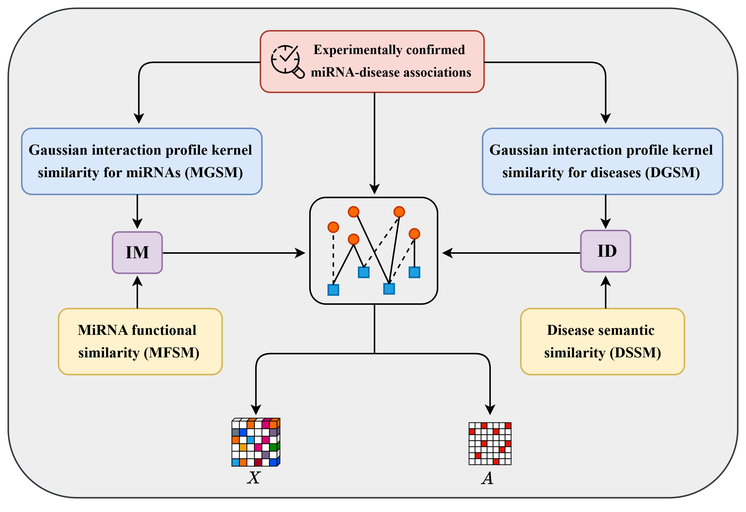
Above: paper/Model FrameWork/未命名绘图.drawio.png in WangKe-117/Re-NIA (draw.io), before the change. Source tidied: cells renumbered, new cells last; positions are measured from the earlier drawing's top-left corner, leaving out a move shared by most shapes.
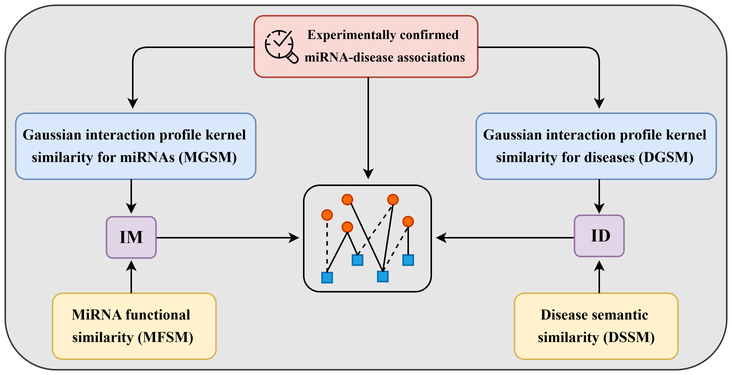
After the commit.

The edit, as a diff of the source:
```diff
@@ -4,4 +4,4 @@
     <mxCell id="1" parent="0" />
-    <mxCell id="2" style="rounded=1;whiteSpace=wrap;html=1;fillColor=#eeeeee;strokeColor=#36393d;arcSize=14;" parent="1" vertex="1">
-      <mxGeometry width="486" height="326" as="geometry" />
+    <mxCell id="2" style="rounded=1;whiteSpace=wrap;html=1;fillColor=#E6E6E6;strokeColor=#36393d;arcSize=14;" parent="1" vertex="1">
+      <mxGeometry x="2" y="8" width="481" height="243" as="geometry" />
     </mxCell>
@@ -20,3 +20,3 @@
     <mxCell id="7" style="group;rotation=-90;" parent="1" vertex="1">
-      <mxGeometry x="213" y="129" width="65" height="78" as="geometry" />
+      <mxGeometry x="213" y="131" width="65" height="78" as="geometry" />
     </mxCell>
@@ -83,3 +83,3 @@
     <mxCell id="26" style="rounded=1;whiteSpace=wrap;html=1;fillColor=none;" parent="1" vertex="1">
-      <mxGeometry x="201" y="126" width="85" height="71" as="geometry" />
+      <mxGeometry x="201" y="128" width="85" height="71" as="geometry" />
     </mxCell>
@@ -172,284 +172,2 @@
     </mxCell>
-    <mxCell id="47" style="endArrow=none;html=1;rounded=0;endSize=4;startFill=0;" parent="1" edge="1">
-      <mxGeometry relative="1" as="geometry">
-        <mxPoint x="244" y="197" as="sourcePoint" />
-        <mxPoint x="244" y="230" as="targetPoint" />
-      </mxGeometry>
-    </mxCell>
-    <mxCell id="48" style="edgeStyle=segmentEdgeStyle;endArrow=classic;html=1;curved=0;rounded=1;endSize=4;startSize=8;" parent="1" edge="1">
-      <mxGeometry relative="1" as="geometry">
-        <mxPoint x="244" y="230" as="sourcePoint" />
-        <mxPoint x="165" y="271" as="targetPoint" />
-      </mxGeometry>
-    </mxCell>
-    <mxCell id="49" style="edgeStyle=segmentEdgeStyle;endArrow=classic;html=1;curved=0;rounded=1;endSize=4;startSize=8;" parent="1" edge="1">
-      <mxGeometry relative="1" as="geometry">
-        <mxPoint x="244" y="230" as="sourcePoint" />
-        <mxPoint x="321" y="271" as="targetPoint" />
-      </mxGeometry>
-    </mxCell>
-    <mxCell id="50" style="group;" parent="1" vertex="1">
-      <mxGeometry x="149" y="273" width="32" height="32" as="geometry" />
-    </mxCell>
-    <mxCell id="51" style="shape=cube;whiteSpace=wrap;html=1;boundedLbl=1;backgroundOutline=1;darkOpacity=0.05;darkOpacity2=0.1;flipH=1;flipV=0;size=2;strokeWidth=0.5;fillColor=#1ba1e2;fontColor=#ffffff;strokeColor=#000000;" parent="50" vertex="1">
-      <mxGeometry y="25" width="7" height="7" as="geometry" />
-    </mxCell>
-    <mxCell id="52" style="shape=cube;whiteSpace=wrap;html=1;boundedLbl=1;backgroundOutline=1;darkOpacity=0.05;darkOpacity2=0.1;flipH=1;flipV=0;size=2;strokeWidth=0.5;strokeColor=#000000;fillColor=#fa6800;fontColor=#000000;" parent="50" vertex="1">
-      <mxGeometry x="5" y="25" width="7" height="7" as="geometry" />
-    </mxCell>
-    <mxCell id="53" style="shape=cube;whiteSpace=wrap;html=1;boundedLbl=1;backgroundOutline=1;darkOpacity=0.05;darkOpacity2=0.1;flipH=1;flipV=0;size=2;strokeWidth=0.5;" parent="50" vertex="1">
-      <mxGeometry x="10" y="25" width="7" height="7" as="geometry" />
-    </mxCell>
-    <mxCell id="54" style="shape=cube;whiteSpace=wrap;html=1;boundedLbl=1;backgroundOutline=1;darkOpacity=0.05;darkOpacity2=0.1;flipH=1;flipV=0;size=2;strokeWidth=0.5;strokeColor=#000000;fillColor=#a20025;fontColor=#ffffff;" parent="50" vertex="1">
-      <mxGeometry x="15" y="25" width="7" height="7" as="geometry" />
-    </mxCell>
-    <mxCell id="55" style="shape=cube;whiteSpace=wrap;html=1;boundedLbl=1;backgroundOutline=1;darkOpacity=0.05;darkOpacity2=0.1;flipH=1;flipV=0;size=2;strokeWidth=0.5;strokeColor=#000000;" parent="50" vertex="1">
-      <mxGeometry y="20" width="7" height="7" as="geometry" />
-    </mxCell>
-    <mxCell id="56" style="shape=cube;whiteSpace=wrap;html=1;boundedLbl=1;backgroundOutline=1;darkOpacity=0.05;darkOpacity2=0.1;flipH=1;flipV=0;size=2;strokeWidth=0.5;strokeColor=#000000;" parent="50" vertex="1">
-      <mxGeometry x="5" y="20" width="7" height="7" as="geometry" />
-    </mxCell>
-    <mxCell id="57" style="shape=cube;whiteSpace=wrap;html=1;boundedLbl=1;backgroundOutline=1;darkOpacity=0.05;darkOpacity2=0.1;flipH=1;flipV=0;size=2;strokeWidth=0.5;strokeColor=#000000;" parent="50" vertex="1">
-      <mxGeometry x="10" y="20" width="7" height="7" as="geometry" />
-    </mxCell>
-    <mxCell id="58" style="shape=cube;whiteSpace=wrap;html=1;boundedLbl=1;backgroundOutline=1;darkOpacity=0.05;darkOpacity2=0.1;flipH=1;flipV=0;size=2;strokeWidth=0.5;" parent="50" vertex="1">
-      <mxGeometry x="15" y="20" width="7" height="7" as="geometry" />
-    </mxCell>
-    <mxCell id="59" style="shape=cube;whiteSpace=wrap;html=1;boundedLbl=1;backgroundOutline=1;darkOpacity=0.05;darkOpacity2=0.1;flipH=1;flipV=0;size=2;strokeWidth=0.5;strokeColor=#000000;" parent="50" vertex="1">
-      <mxGeometry y="15" width="7" height="7" as="geometry" />
-    </mxCell>
-    <mxCell id="60" style="shape=cube;whiteSpace=wrap;html=1;boundedLbl=1;backgroundOutline=1;darkOpacity=0.05;darkOpacity2=0.1;flipH=1;flipV=0;size=2;strokeWidth=0.5;strokeColor=#000000;fillColor=#f0a30a;fontColor=#000000;" parent="50" vertex="1">
-      <mxGeometry x="5" y="15" width="7" height="7" as="geometry" />
-    </mxCell>
-    <mxCell id="61" style="shape=cube;whiteSpace=wrap;html=1;boundedLbl=1;backgroundOutline=1;darkOpacity=0.05;darkOpacity2=0.1;flipH=1;flipV=0;size=2;strokeWidth=0.5;strokeColor=#000000;" parent="50" vertex="1">
-      <mxGeometry x="10" y="15" width="7" height="7" as="geometry" />
-    </mxCell>
-    <mxCell id="62" style="shape=cube;whiteSpace=wrap;html=1;boundedLbl=1;backgroundOutline=1;darkOpacity=0.05;darkOpacity2=0.1;flipH=1;flipV=0;size=2;strokeWidth=0.5;strokeColor=#000000;fillColor=#d80073;fontColor=#ffffff;" parent="50" vertex="1">
-      <mxGeometry x="15" y="15" width="7" height="7" as="geometry" />
-    </mxCell>
-    <mxCell id="63" style="shape=cube;whiteSpace=wrap;html=1;boundedLbl=1;backgroundOutline=1;darkOpacity=0.05;darkOpacity2=0.1;flipH=1;flipV=0;size=2;strokeWidth=0.5;fillColor=#fa6800;fontColor=#000000;strokeColor=#000000;" parent="50" vertex="1">
-      <mxGeometry y="10" width="7" height="7" as="geometry" />
-    </mxCell>
-    <mxCell id="64" style="shape=cube;whiteSpace=wrap;html=1;boundedLbl=1;backgroundOutline=1;darkOpacity=0.05;darkOpacity2=0.1;flipH=1;flipV=0;size=2;strokeWidth=0.5;strokeColor=#000000;" parent="50" vertex="1">
-      <mxGeometry x="5" y="10" width="7" height="7" as="geometry" />
-    </mxCell>
-    <mxCell id="65" style="shape=cube;whiteSpace=wrap;html=1;boundedLbl=1;backgroundOutline=1;darkOpacity=0.05;darkOpacity2=0.1;flipH=1;flipV=0;size=2;strokeWidth=0.5;fillColor=#1ba1e2;fontColor=#ffffff;strokeColor=#000000;" parent="50" vertex="1">
-      <mxGeometry x="10" y="10" width="7" height="7" as="geometry" />
-    </mxCell>
-    <mxCell id="66" style="shape=cube;whiteSpace=wrap;html=1;boundedLbl=1;backgroundOutline=1;darkOpacity=0.05;darkOpacity2=0.1;flipH=1;flipV=0;size=2;strokeWidth=0.5;" parent="50" vertex="1">
-      <mxGeometry x="15" y="10" width="7" height="7" as="geometry" />
-    </mxCell>
-    <mxCell id="67" style="shape=cube;whiteSpace=wrap;html=1;boundedLbl=1;backgroundOutline=1;darkOpacity=0.05;darkOpacity2=0.1;flipH=1;flipV=0;size=2;strokeWidth=0.5;strokeColor=#000000;" parent="50" vertex="1">
-      <mxGeometry x="20" y="25" width="7" height="7" as="geometry" />
-    </mxCell>
-    <mxCell id="68" style="shape=cube;whiteSpace=wrap;html=1;boundedLbl=1;backgroundOutline=1;darkOpacity=0.05;darkOpacity2=0.1;flipH=1;flipV=0;size=2;strokeWidth=0.5;strokeColor=#000000;fillColor=#76608a;fontColor=#ffffff;" parent="50" vertex="1">
-      <mxGeometry x="20" y="20" width="7" height="7" as="geometry" />
-    </mxCell>
-    <mxCell id="69" style="shape=cube;whiteSpace=wrap;html=1;boundedLbl=1;backgroundOutline=1;darkOpacity=0.05;darkOpacity2=0.1;flipH=1;flipV=0;size=2;strokeWidth=0.5;" parent="50" vertex="1">
-      <mxGeometry x="20" y="15" width="7" height="7" as="geometry" />
-    </mxCell>
-    <mxCell id="70" style="shape=cube;whiteSpace=wrap;html=1;boundedLbl=1;backgroundOutline=1;darkOpacity=0.05;darkOpacity2=0.1;flipH=1;flipV=0;size=2;strokeWidth=0.5;fillColor=#d80073;fontColor=#ffffff;strokeColor=#000000;" parent="50" vertex="1">
-      <mxGeometry x="20" y="10" width="7" height="7" as="geometry" />
-    </mxCell>
-    <mxCell id="71" style="shape=cube;whiteSpace=wrap;html=1;boundedLbl=1;backgroundOutline=1;darkOpacity=0.05;darkOpacity2=0.1;flipH=1;flipV=0;size=2;strokeWidth=0.5;fillColor=#647687;fontColor=#ffffff;strokeColor=#000000;" parent="50" vertex="1">
-      <mxGeometry y="5" width="7" height="7" as="geometry" />
-    </mxCell>
-    <mxCell id="72" style="shape=cube;whiteSpace=wrap;html=1;boundedLbl=1;backgroundOutline=1;darkOpacity=0.05;darkOpacity2=0.1;flipH=1;flipV=0;size=2;strokeWidth=0.5;strokeColor=#000000;fillColor=#0050ef;fontColor=#ffffff;" parent="50" vertex="1">
-      <mxGeometry x="5" y="5" width="7" height="7" as="geometry" />
-    </mxCell>
-    <mxCell id="73" style="shape=cube;whiteSpace=wrap;html=1;boundedLbl=1;backgroundOutline=1;darkOpacity=0.05;darkOpacity2=0.1;flipH=1;flipV=0;size=2;strokeWidth=0.5;" parent="50" vertex="1">
-      <mxGeometry x="10" y="5" width="7" height="7" as="geometry" />
-    </mxCell>
-    <mxCell id="74" style="shape=cube;whiteSpace=wrap;html=1;boundedLbl=1;backgroundOutline=1;darkOpacity=0.05;darkOpacity2=0.1;flipH=1;flipV=0;size=2;strokeWidth=0.5;strokeColor=#000000;" parent="50" vertex="1">
-      <mxGeometry x="15" y="5" width="7" height="7" as="geometry" />
-    </mxCell>
-    <mxCell id="75" style="shape=cube;whiteSpace=wrap;html=1;boundedLbl=1;backgroundOutline=1;darkOpacity=0.05;darkOpacity2=0.1;flipH=1;flipV=0;size=2;strokeWidth=0.5;strokeColor=#000000;" parent="50" vertex="1">
-      <mxGeometry x="20" y="5" width="7" height="7" as="geometry" />
-    </mxCell>
-    <mxCell id="76" style="shape=cube;whiteSpace=wrap;html=1;boundedLbl=1;backgroundOutline=1;darkOpacity=0.05;darkOpacity2=0.1;flipH=1;flipV=0;size=2;strokeWidth=0.5;strokeColor=#000000;" parent="50" vertex="1">
-      <mxGeometry width="7" height="7" as="geometry" />
-    </mxCell>
-    <mxCell id="77" style="shape=cube;whiteSpace=wrap;html=1;boundedLbl=1;backgroundOutline=1;darkOpacity=0.05;darkOpacity2=0.1;flipH=1;flipV=0;size=2;strokeWidth=0.5;strokeColor=#000000;" parent="50" vertex="1">
-      <mxGeometry x="5" width="7" height="7" as="geometry" />
-    </mxCell>
-    <mxCell id="78" style="shape=cube;whiteSpace=wrap;html=1;boundedLbl=1;backgroundOutline=1;darkOpacity=0.05;darkOpacity2=0.1;flipH=1;flipV=0;size=2;strokeWidth=0.5;strokeColor=#000000;fillColor=#fa6800;fontColor=#000000;" parent="50" vertex="1">
-      <mxGeometry x="10" width="7" height="7" as="geometry" />
-    </mxCell>
-    <mxCell id="79" style="shape=cube;whiteSpace=wrap;html=1;boundedLbl=1;backgroundOutline=1;darkOpacity=0.05;darkOpacity2=0.1;flipH=1;flipV=0;size=2;strokeWidth=0.5;strokeColor=#000000;" parent="50" vertex="1">
-      <mxGeometry x="15" width="7" height="7" as="geometry" />
-    </mxCell>
-    <mxCell id="80" style="shape=cube;whiteSpace=wrap;html=1;boundedLbl=1;backgroundOutline=1;darkOpacity=0.05;darkOpacity2=0.1;flipH=1;flipV=0;size=2;strokeWidth=0.5;strokeColor=#000000;fillColor=#d80073;fontColor=#ffffff;" parent="50" vertex="1">
-      <mxGeometry x="20" width="7" height="7" as="geometry" />
-    </mxCell>
-    <mxCell id="81" style="shape=cube;whiteSpace=wrap;html=1;boundedLbl=1;backgroundOutline=1;darkOpacity=0.05;darkOpacity2=0.1;flipH=1;flipV=0;size=2;strokeWidth=0.5;fillColor=#0050ef;fontColor=#ffffff;strokeColor=#000000;" parent="50" vertex="1">
-      <mxGeometry x="25" y="25" width="7" height="7" as="geometry" />
-    </mxCell>
-    <mxCell id="82" style="shape=cube;whiteSpace=wrap;html=1;boundedLbl=1;backgroundOutline=1;darkOpacity=0.05;darkOpacity2=0.1;flipH=1;flipV=0;size=2;strokeWidth=0.5;strokeColor=#000000;" parent="50" vertex="1">
-      <mxGeometry x="25" y="20" width="7" height="7" as="geometry" />
-    </mxCell>
-    <mxCell id="83" style="shape=cube;whiteSpace=wrap;html=1;boundedLbl=1;backgroundOutline=1;darkOpacity=0.05;darkOpacity2=0.1;flipH=1;flipV=0;size=2;strokeWidth=0.5;fillColor=#008a00;fontColor=#ffffff;strokeColor=#000000;" parent="50" vertex="1">
-      <mxGeometry x="25" y="15" width="7" height="7" as="geometry" />
-    </mxCell>
-    <mxCell id="84" style="shape=cube;whiteSpace=wrap;html=1;boundedLbl=1;backgroundOutline=1;darkOpacity=0.05;darkOpacity2=0.1;flipH=1;flipV=0;size=2;strokeWidth=0.5;strokeColor=#000000;" parent="50" vertex="1">
-      <mxGeometry x="25" y="10" width="7" height="7" as="geometry" />
-    </mxCell>
-    <mxCell id="85" style="shape=cube;whiteSpace=wrap;html=1;boundedLbl=1;backgroundOutline=1;darkOpacity=0.05;darkOpacity2=0.1;flipH=1;flipV=0;size=2;strokeWidth=0.5;fillColor=#76608a;fontColor=#ffffff;strokeColor=#000000;" parent="50" vertex="1">
-      <mxGeometry x="25" y="5" width="7" height="7" as="geometry" />
-    </mxCell>
-    <mxCell id="86" style="shape=cube;whiteSpace=wrap;html=1;boundedLbl=1;backgroundOutline=1;darkOpacity=0.05;darkOpacity2=0.1;flipH=1;flipV=0;size=2;strokeWidth=0.5;strokeColor=#000000;fillColor=#fa6800;fontColor=#000000;" parent="50" vertex="1">
-      <mxGeometry x="25" width="7" height="7" as="geometry" />
-    </mxCell>
-    <mxCell id="87" style="whiteSpace=wrap;html=1;strokeWidth=0.5;fillColor=#e51400;fontColor=#ffffff;strokeColor=#000000;" parent="1" vertex="1">
-      <mxGeometry x="307" y="280" width="4" height="4" as="geometry" />
-    </mxCell>
-    <mxCell id="88" style="whiteSpace=wrap;html=1;strokeWidth=0.5;strokeColor=#000000;" parent="1" vertex="1">
-      <mxGeometry x="311" y="280" width="4" height="4" as="geometry" />
-    </mxCell>
-    <mxCell id="89" style="whiteSpace=wrap;html=1;strokeWidth=0.5;strokeColor=#000000;" parent="1" vertex="1">
-      <mxGeometry x="315" y="280" width="4" height="4" as="geometry" />
-    </mxCell>
-    <mxCell id="90" style="whiteSpace=wrap;html=1;strokeWidth=0.5;strokeColor=#000000;" parent="1" vertex="1">
-      <mxGeometry x="319" y="280" width="4" height="4" as="geometry" />
-    </mxCell>
-    <mxCell id="91" style="whiteSpace=wrap;html=1;strokeWidth=0.5;fillColor=#e51400;fontColor=#ffffff;strokeColor=#000000;" parent="1" vertex="1">
-      <mxGeometry x="323" y="280" width="4" height="4" as="geometry" />
-    </mxCell>
-    <mxCell id="92" style="whiteSpace=wrap;html=1;strokeWidth=0.5;strokeColor=#000000;" parent="1" vertex="1">
-      <mxGeometry x="327" y="280" width="4" height="4" as="geometry" />
-    </mxCell>
-    <mxCell id="93" style="whiteSpace=wrap;html=1;strokeWidth=0.5;strokeColor=#000000;" parent="1" vertex="1">
-      <mxGeometry x="307" y="284" width="4" height="4" as="geometry" />
-    </mxCell>
-    <mxCell id="94" style="whiteSpace=wrap;html=1;strokeWidth=0.5;strokeColor=#000000;" parent="1" vertex="1">
-      <mxGeometry x="311" y="284" width="4" height="4" as="geometry" />
-    </mxCell>
-    <mxCell id="95" style="whiteSpace=wrap;html=1;strokeWidth=0.5;strokeColor=#000000;" parent="1" vertex="1">
-      <mxGeometry x="315" y="284" width="4" height="4" as="geometry" />
-    </mxCell>
-    <mxCell id="96" style="whiteSpace=wrap;html=1;strokeWidth=0.5;strokeColor=#000000;" parent="1" vertex="1">
-      <mxGeometry x="319" y="284" width="4" height="4" as="geometry" />
-    </mxCell>
-    <mxCell id="97" style="whiteSpace=wrap;html=1;strokeWidth=0.5;strokeColor=#000000;" parent="1" vertex="1">
-      <mxGeometry x="323" y="284" width="4" height="4" as="geometry" />
-    </mxCell>
-    <mxCell id="98" style="whiteSpace=wrap;html=1;strokeWidth=0.5;strokeColor=#000000;" parent="1" vertex="1">
-      <mxGeometry x="327" y="284" width="4" height="4" as="geometry" />
-    </mxCell>
-    <mxCell id="99" style="whiteSpace=wrap;html=1;strokeWidth=0.5;strokeColor=#000000;" parent="1" vertex="1">
-      <mxGeometry x="307" y="288" width="4" height="4" as="geometry" />
-    </mxCell>
-    <mxCell id="100" style="whiteSpace=wrap;html=1;strokeWidth=0.5;strokeColor=#000000;" parent="1" vertex="1">
-      <mxGeometry x="311" y="288" width="4" height="4" as="geometry" />
-    </mxCell>
-    <mxCell id="101" style="whiteSpace=wrap;html=1;strokeWidth=0.5;fillColor=#e51400;fontColor=#ffffff;strokeColor=#000000;" parent="1" vertex="1">
-      <mxGeometry x="315" y="288" width="4" height="4" as="geometry" />
-    </mxCell>
-    <mxCell id="102" style="whiteSpace=wrap;html=1;strokeWidth=0.5;strokeColor=#000000;" parent="1" vertex="1">
-      <mxGeometry x="319" y="288" width="4" height="4" as="geometry" />
-    </mxCell>
-    <mxCell id="103" style="whiteSpace=wrap;html=1;strokeWidth=0.5;strokeColor=#000000;" parent="1" vertex="1">
-      <mxGeometry x="323" y="288" width="4" height="4" as="geometry" />
-    </mxCell>
-    <mxCell id="104" style="whiteSpace=wrap;html=1;strokeWidth=0.5;strokeColor=#000000;" parent="1" vertex="1">
-      <mxGeometry x="327" y="288" width="4" height="4" as="geometry" />
-    </mxCell>
-    <mxCell id="105" style="whiteSpace=wrap;html=1;strokeWidth=0.5;strokeColor=#000000;" parent="1" vertex="1">
-      <mxGeometry x="307" y="292" width="4" height="4" as="geometry" />
-    </mxCell>
-    <mxCell id="106" style="whiteSpace=wrap;html=1;strokeWidth=0.5;strokeColor=#000000;" parent="1" vertex="1">
-      <mxGeometry x="311" y="292" width="4" height="4" as="geometry" />
-    </mxCell>
-    <mxCell id="107" style="whiteSpace=wrap;html=1;strokeWidth=0.5;strokeColor=#000000;" parent="1" vertex="1">
-      <mxGeometry x="315" y="292" width="4" height="4" as="geometry" />
-    </mxCell>
-    <mxCell id="108" style="whiteSpace=wrap;html=1;strokeWidth=0.5;strokeColor=#000000;" parent="1" vertex="1">
-      <mxGeometry x="319" y="292" width="4" height="4" as="geometry" />
-    </mxCell>
-    <mxCell id="109" style="whiteSpace=wrap;html=1;strokeWidth=0.5;strokeColor=#000000;" parent="1" vertex="1">
-      <mxGeometry x="323" y="292" width="4" height="4" as="geometry" />
-    </mxCell>
-    <mxCell id="110" style="whiteSpace=wrap;html=1;strokeWidth=0.5;fillColor=#e51400;fontColor=#ffffff;strokeColor=#000000;" parent="1" vertex="1">
-      <mxGeometry x="327" y="292" width="4" height="4" as="geometry" />
-    </mxCell>
-    <mxCell id="111" style="whiteSpace=wrap;html=1;strokeWidth=0.5;strokeColor=#000000;" parent="1" vertex="1">
-      <mxGeometry x="307" y="296" width="4" height="4" as="geometry" />
-    </mxCell>
-    <mxCell id="112" style="whiteSpace=wrap;html=1;strokeWidth=0.5;fillColor=#e51400;fontColor=#ffffff;strokeColor=#000000;" parent="1" vertex="1">
-      <mxGeometry x="311" y="296" width="4" height="4" as="geometry" />
-    </mxCell>
-    <mxCell id="113" style="whiteSpace=wrap;html=1;strokeWidth=0.5;strokeColor=#000000;" parent="1" vertex="1">
-      <mxGeometry x="315" y="296" width="4" height="4" as="geometry" />
-    </mxCell>
-    <mxCell id="114" style="whiteSpace=wrap;html=1;strokeWidth=0.5;strokeColor=#000000;" parent="1" vertex="1">
-      <mxGeometry x="319" y="296" width="4" height="4" as="geometry" />
-    </mxCell>
-    <mxCell id="115" style="whiteSpace=wrap;html=1;strokeWidth=0.5;strokeColor=#000000;" parent="1" vertex="1">
-      <mxGeometry x="323" y="296" width="4" height="4" as="geometry" />
-    </mxCell>
-    <mxCell id="116" style="whiteSpace=wrap;html=1;strokeWidth=0.5;strokeColor=#000000;" parent="1" vertex="1">
-      <mxGeometry x="327" y="296" width="4" height="4" as="geometry" />
-    </mxCell>
-    <mxCell id="117" style="whiteSpace=wrap;html=1;strokeWidth=0.5;strokeColor=#000000;" parent="1" vertex="1">
-      <mxGeometry x="307" y="300" width="4" height="4" as="geometry" />
-    </mxCell>
-    <mxCell id="118" style="whiteSpace=wrap;html=1;strokeWidth=0.5;strokeColor=#000000;" parent="1" vertex="1">
-      <mxGeometry x="311" y="300" width="4" height="4" as="geometry" />
-    </mxCell>
-    <mxCell id="119" style="whiteSpace=wrap;html=1;strokeWidth=0.5;strokeColor=#000000;" parent="1" vertex="1">
-      <mxGeometry x="315" y="300" width="4" height="4" as="geometry" />
-    </mxCell>
-    <mxCell id="120" style="whiteSpace=wrap;html=1;strokeWidth=0.5;strokeColor=#000000;" parent="1" vertex="1">
-      <mxGeometry x="319" y="300" width="4" height="4" as="geometry" />
-    </mxCell>
-    <mxCell id="121" style="whiteSpace=wrap;html=1;strokeWidth=0.5;fillColor=#e51400;fontColor=#ffffff;strokeColor=#000000;" parent="1" vertex="1">
-      <mxGeometry x="323" y="300" width="4" height="4" as="geometry" />
-    </mxCell>
-    <mxCell id="122" style="whiteSpace=wrap;html=1;strokeWidth=0.5;strokeColor=#000000;" parent="1" vertex="1">
-      <mxGeometry x="327" y="300" width="4" height="4" as="geometry" />
-    </mxCell>
-    <mxCell id="123" value="&lt;font style=&quot;font-size: 10px;&quot;&gt;$$A$$&lt;/font&gt;" style="text;html=1;align=center;verticalAlign=middle;strokeColor=none;fillColor=none;fontSize=11;spacing=0;" parent="1" vertex="1">
-      <mxGeometry x="297" y="303" width="44" height="22" as="geometry" />
-    </mxCell>
-    <mxCell id="124" style="whiteSpace=wrap;html=1;strokeWidth=0.5;strokeColor=#000000;" parent="1" vertex="1">
-      <mxGeometry x="307" y="276" width="4" height="4" as="geometry" />
-    </mxCell>
-    <mxCell id="125" style="whiteSpace=wrap;html=1;strokeWidth=0.5;strokeColor=#000000;" parent="1" vertex="1">
-      <mxGeometry x="311" y="276" width="4" height="4" as="geometry" />
-    </mxCell>
-    <mxCell id="126" style="whiteSpace=wrap;html=1;strokeWidth=0.5;fillColor=#e51400;fontColor=#ffffff;strokeColor=#000000;" parent="1" vertex="1">
-      <mxGeometry x="315" y="276" width="4" height="4" as="geometry" />
-    </mxCell>
-    <mxCell id="127" style="whiteSpace=wrap;html=1;strokeWidth=0.5;strokeColor=#000000;" parent="1" vertex="1">
-      <mxGeometry x="319" y="276" width="4" height="4" as="geometry" />
-    </mxCell>
-    <mxCell id="128" style="whiteSpace=wrap;html=1;strokeWidth=0.5;strokeColor=#000000;" parent="1" vertex="1">
-      <mxGeometry x="323" y="276" width="4" height="4" as="geometry" />
-    </mxCell>
-    <mxCell id="129" style="whiteSpace=wrap;html=1;strokeWidth=0.5;strokeColor=#000000;" parent="1" vertex="1">
-      <mxGeometry x="327" y="276" width="4" height="4" as="geometry" />
-    </mxCell>
-    <mxCell id="130" style="whiteSpace=wrap;html=1;strokeWidth=0.5;strokeColor=#000000;" parent="1" vertex="1">
-      <mxGeometry x="331" y="280" width="4" height="4" as="geometry" />
-    </mxCell>
-    <mxCell id="131" style="whiteSpace=wrap;html=1;strokeWidth=0.5;strokeColor=#000000;" parent="1" vertex="1">
-      <mxGeometry x="331" y="284" width="4" height="4" as="geometry" />
-    </mxCell>
-    <mxCell id="132" style="whiteSpace=wrap;html=1;strokeWidth=0.5;fillColor=#e51400;fontColor=#ffffff;strokeColor=#000000;" parent="1" vertex="1">
-      <mxGeometry x="331" y="288" width="4" height="4" as="geometry" />
-    </mxCell>
-    <mxCell id="133" style="whiteSpace=wrap;html=1;strokeWidth=0.5;strokeColor=#000000;" parent="1" vertex="1">
-      <mxGeometry x="331" y="292" width="4" height="4" as="geometry" />
-    </mxCell>
-    <mxCell id="134" style="whiteSpace=wrap;html=1;strokeWidth=0.5;strokeColor=#000000;" parent="1" vertex="1">
-      <mxGeometry x="331" y="296" width="4" height="4" as="geometry" />
-    </mxCell>
-    <mxCell id="135" style="whiteSpace=wrap;html=1;strokeWidth=0.5;strokeColor=#000000;" parent="1" vertex="1">
-      <mxGeometry x="331" y="300" width="4" height="4" as="geometry" />
-    </mxCell>
-    <mxCell id="136" style="whiteSpace=wrap;html=1;strokeWidth=0.5;fillColor=#e51400;fontColor=#ffffff;strokeColor=#000000;" parent="1" vertex="1">
-      <mxGeometry x="331" y="276" width="4" height="4" as="geometry" />
-    </mxCell>
-    <mxCell id="137" value="&lt;font style=&quot;font-size: 10px;&quot;&gt;$$X$$&lt;/font&gt;" style="text;html=1;align=center;verticalAlign=middle;strokeColor=none;fillColor=none;fontSize=11;spacing=0;" parent="1" vertex="1">
-      <mxGeometry x="141" y="302" width="44" height="22" as="geometry" />
-    </mxCell>
   </root>
```
